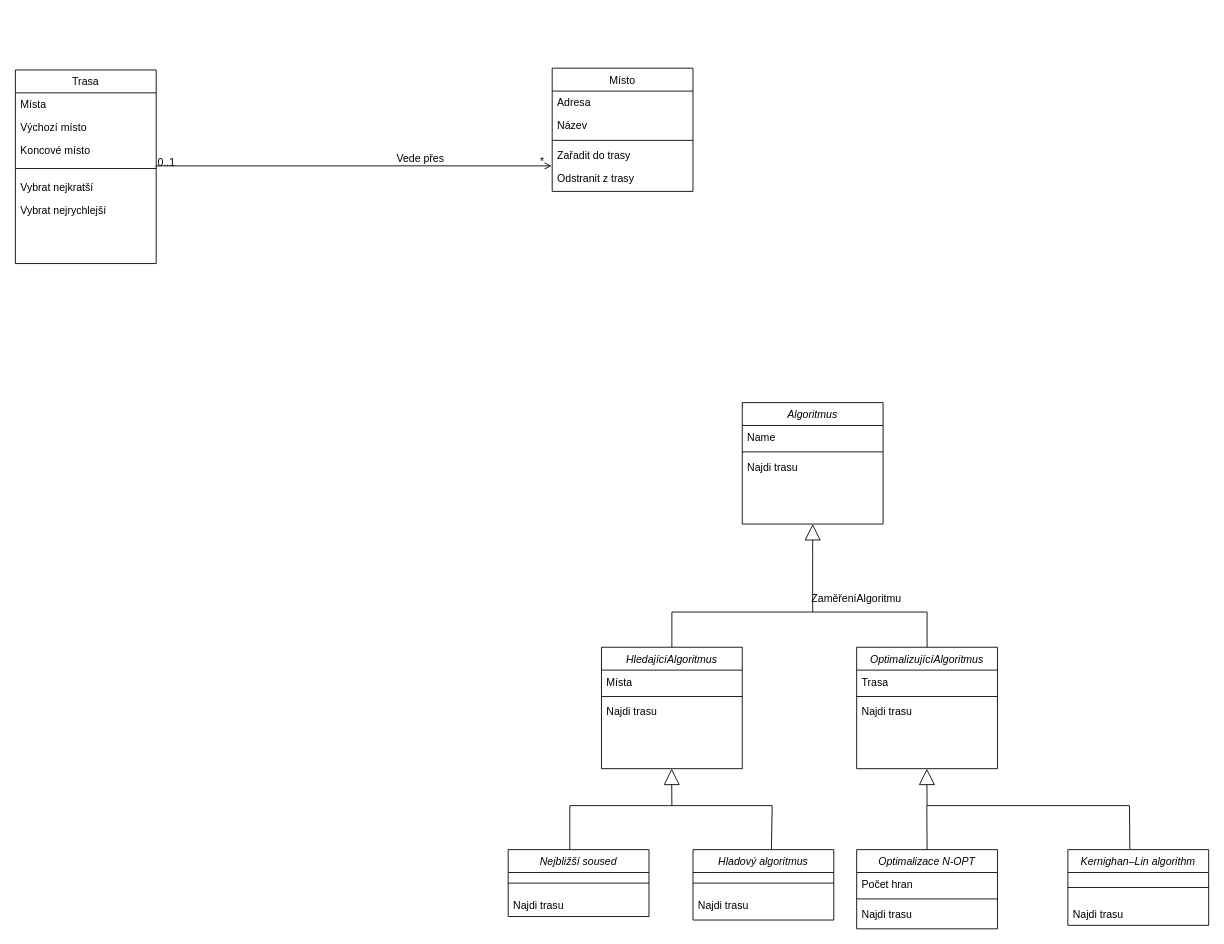
Earlier version of the draw.io diagram ClassDiagram.drawio (KristyFromEarth/UML). Source tidied: cells renumbered, new cells numbered last; positions are measured from the earlier drawing's top-left corner, leaving out a move shared by most shapes. Both pictures are drawn from the tidied source at 88%, with x=0, y=0 at pixel (15, 68).
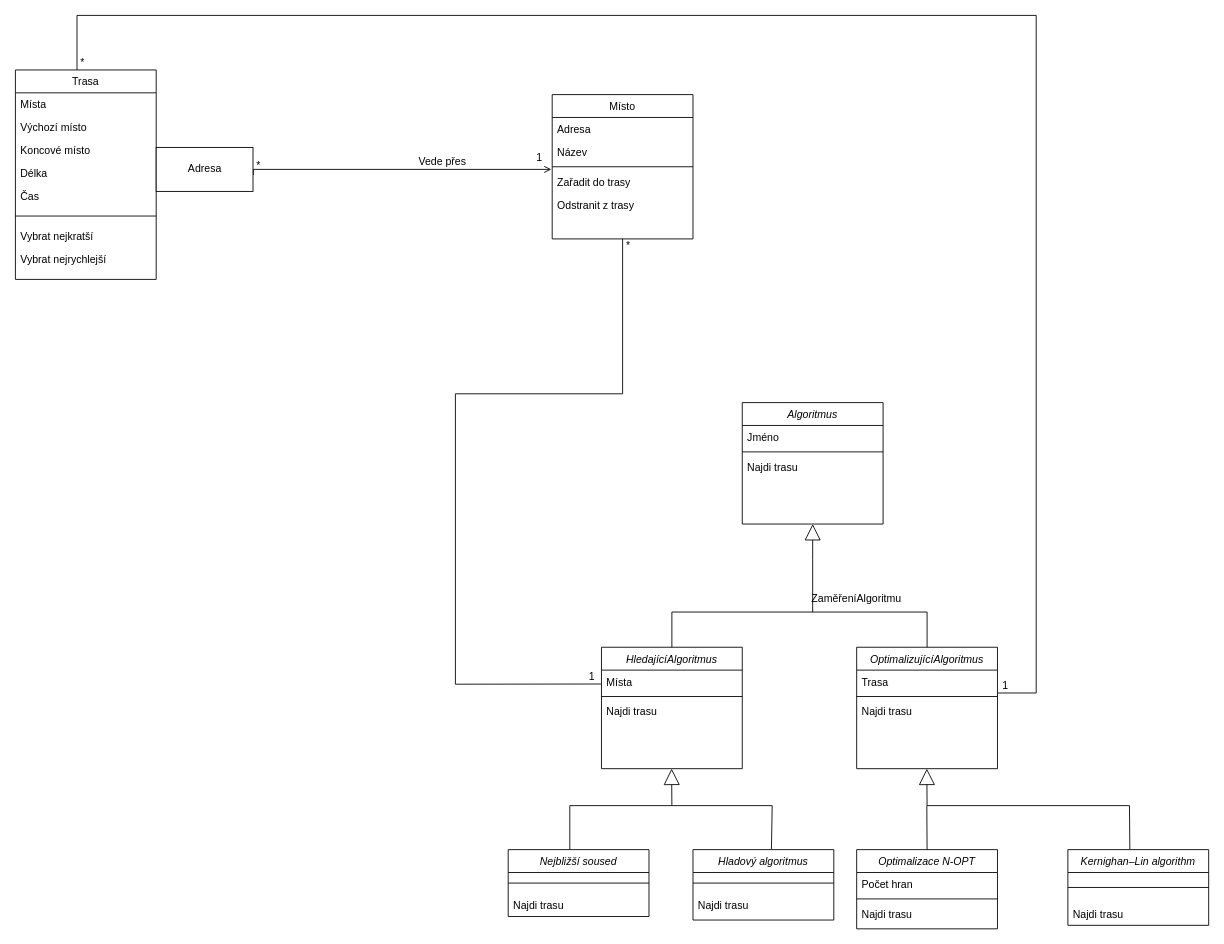
Above is the later version.

Commit message:
Chybi bud agregace nebo kvalifikace vazeb  ClassDiagram.drawio

The change refers to these unchanged cells:
```xml
<mxCell id="2" value="Algoritmus" style="swimlane;fontStyle=2;align=center;verticalAlign=top;horizontal=1;startSize=26;rounded=0;shadow=0;strokeWidth=1;" parent="1" vertex="1">
  <mxGeometry x="826" y="380" width="160" height="138" as="geometry" />
</mxCell>
<mxCell id="10" value="Zařadit do trasy" style="text;align=left;verticalAlign=top;spacingLeft=4;spacingRight=4;overflow=hidden;points=[[0,0.5],[1,0.5]];portConstraint=eastwest;" parent="6" vertex="1">
  <mxGeometry y="86" width="160" height="26" as="geometry" />
</mxCell>
<mxCell id="41" value="Místa" style="text;align=left;verticalAlign=top;spacingLeft=4;spacingRight=4;overflow=hidden;points=[[0,0.5],[1,0.5]];portConstraint=eastwest;" parent="40" vertex="1">
  <mxGeometry y="26" width="160" height="26" as="geometry" />
</mxCell>
<mxCell id="45" value="Trasa" style="text;align=left;verticalAlign=top;spacingLeft=4;spacingRight=4;overflow=hidden;points=[[0,0.5],[1,0.5]];portConstraint=eastwest;" parent="44" vertex="1">
  <mxGeometry y="26" width="160" height="26" as="geometry" />
</mxCell>
```

Change to the diagram source:
```diff
@@
-    <mxCell id="3" value="Name" style="text;align=left;verticalAlign=top;spacingLeft=4;spacingRight=4;overflow=hidden;" parent="2" vertex="1">
+    <mxCell id="3" value="Jméno" style="text;align=left;verticalAlign=top;spacingLeft=4;spacingRight=4;overflow=hidden;" parent="2" vertex="1">
       <mxGeometry y="26" width="160" height="26" as="geometry" />
     </mxCell>
@@
     <mxCell id="6" value="Místo" style="swimlane;fontStyle=0;align=center;verticalAlign=top;horizontal=1;startSize=26;rounded=0;shadow=0;strokeWidth=1;" parent="1" vertex="1">
-      <mxGeometry x="610" width="160" height="140" as="geometry" />
+      <mxGeometry x="610" y="30" width="160" height="164" as="geometry" />
     </mxCell>
@@
     <mxCell id="15" value="Trasa" style="swimlane;fontStyle=0;align=center;verticalAlign=top;horizontal=1;startSize=26;rounded=0;shadow=0;strokeWidth=1;" parent="1" vertex="1">
-      <mxGeometry y="2" width="160" height="220" as="geometry" />
+      <mxGeometry y="2" width="160" height="238" as="geometry" />
     </mxCell>
@@
+    <mxCell id="58" value="Délka" style="text;align=left;verticalAlign=top;spacingLeft=4;spacingRight=4;overflow=hidden;" parent="15" vertex="1">
+      <mxGeometry y="104" width="160" height="26" as="geometry" />
+    </mxCell>
+    <mxCell id="59" value="Čas" style="text;align=left;verticalAlign=top;spacingLeft=4;spacingRight=4;overflow=hidden;" parent="15" vertex="1">
+      <mxGeometry y="130" width="160" height="26" as="geometry" />
+    </mxCell>
     <mxCell id="19" style="line;html=1;strokeWidth=1;align=left;verticalAlign=middle;spacingTop=-1;spacingLeft=3;spacingRight=3;labelPosition=right;" parent="15" vertex="1">
-      <mxGeometry y="104" width="160" height="16" as="geometry" />
+      <mxGeometry y="156" width="160" height="20" as="geometry" />
     </mxCell>
     <mxCell id="20" value="Vybrat nejkratší" style="text;align=left;verticalAlign=top;spacingLeft=4;spacingRight=4;overflow=hidden;" parent="15" vertex="1">
-      <mxGeometry y="120" width="160" height="26" as="geometry" />
+      <mxGeometry y="176" width="160" height="26" as="geometry" />
     </mxCell>
     <mxCell id="21" value="Vybrat nejrychlejší" style="text;align=left;verticalAlign=top;spacingLeft=4;spacingRight=4;overflow=hidden;" parent="15" vertex="1">
-      <mxGeometry y="146" width="160" height="26" as="geometry" />
+      <mxGeometry y="202" width="160" height="26" as="geometry" />
     </mxCell>
-    <mxCell id="22" style="endArrow=open;shadow=0;strokeWidth=1;rounded=0;endFill=1;edgeStyle=elbowEdgeStyle;elbow=vertical;exitX=1;exitY=0.5;exitDx=0;exitDy=0;entryX=-0.004;entryY=0.956;entryDx=0;entryDy=0;entryPerimeter=0;" parent="1" edge="1" source="15" target="10">
+    <mxCell id="22" style="endArrow=open;shadow=0;strokeWidth=1;rounded=0;endFill=1;edgeStyle=elbowEdgeStyle;elbow=vertical;exitX=1.003;exitY=0.627;exitDx=0;exitDy=0;exitPerimeter=0;" parent="1" edge="1" source="60">
       <mxGeometry x="0.5" y="41" relative="1" as="geometry">
+        <mxPoint x="609" y="115" as="targetPoint" />
+        <Array as="points">
+          <mxPoint x="450" y="115" />
+        </Array>
         <mxPoint x="-40" y="32" as="offset" />
       </mxGeometry>
     </mxCell>
-    <mxCell id="23" value="0..1" style="align=left;verticalAlign=bottom;labelBackgroundColor=none;fontSize=12;" parent="22" vertex="1">
+    <mxCell id="23" value="1" style="align=left;verticalAlign=bottom;labelBackgroundColor=none;fontSize=12;" parent="22" vertex="1">
       <mxGeometry x="-1" relative="1" as="geometry">
-        <mxPoint y="4" as="offset" />
+        <mxPoint x="320" y="-11" as="offset" />
       </mxGeometry>
     </mxCell>
     <mxCell id="24" value="*" style="align=right;verticalAlign=bottom;labelBackgroundColor=none;fontSize=12;" parent="22" vertex="1">
       <mxGeometry x="1" relative="1" as="geometry">
-        <mxPoint x="-7" y="4" as="offset" />
+        <mxPoint x="-329" y="4" as="offset" />
       </mxGeometry>
     </mxCell>
@@
+    <mxCell id="60" value="Adresa" style="html=1;" parent="1" vertex="1">
+      <mxGeometry x="160" y="90" width="110" height="50" as="geometry" />
+    </mxCell>
+    <mxCell id="61" style="endArrow=none;html=1;rounded=0;" parent="1" edge="1">
+      <mxGeometry relative="1" as="geometry">
+        <mxPoint x="690" y="370" as="sourcePoint" />
+        <mxPoint x="690" y="194" as="targetPoint" />
+      </mxGeometry>
+    </mxCell>
+    <mxCell id="62" style="endArrow=none;html=1;rounded=0;" parent="1" edge="1">
+      <mxGeometry relative="1" as="geometry">
+        <mxPoint x="500" y="370" as="sourcePoint" />
+        <mxPoint x="690" y="370" as="targetPoint" />
+      </mxGeometry>
+    </mxCell>
+    <mxCell id="63" style="endArrow=none;html=1;rounded=0;" parent="1" edge="1">
+      <mxGeometry relative="1" as="geometry">
+        <mxPoint x="500" y="700" as="sourcePoint" />
+        <mxPoint x="500" y="370" as="targetPoint" />
+      </mxGeometry>
+    </mxCell>
+    <mxCell id="64" style="endArrow=none;html=1;rounded=0;entryX=-0.004;entryY=0.607;entryDx=0;entryDy=0;entryPerimeter=0;" parent="1" edge="1" target="41">
+      <mxGeometry relative="1" as="geometry">
+        <mxPoint x="500" y="700" as="sourcePoint" />
+      </mxGeometry>
+    </mxCell>
+    <mxCell id="65" value="*" style="align=right;verticalAlign=bottom;labelBackgroundColor=none;fontSize=12;" parent="1" vertex="1">
+      <mxGeometry x="700" y="210" as="geometry" />
+    </mxCell>
+    <mxCell id="66" value="1" style="align=left;verticalAlign=bottom;labelBackgroundColor=none;fontSize=12;direction=west;" parent="1" vertex="1">
+      <mxGeometry x="1120" y="710" as="geometry" />
+    </mxCell>
+    <mxCell id="67" style="endArrow=none;html=1;rounded=0;" parent="1" edge="1">
+      <mxGeometry relative="1" as="geometry">
+        <mxPoint x="70" y="2" as="sourcePoint" />
+        <mxPoint x="70" y="-60" as="targetPoint" />
+      </mxGeometry>
+    </mxCell>
+    <mxCell id="68" style="endArrow=none;html=1;rounded=0;" parent="1" edge="1">
+      <mxGeometry relative="1" as="geometry">
+        <mxPoint x="70" y="-60" as="sourcePoint" />
+        <mxPoint x="1160" y="-60" as="targetPoint" />
+      </mxGeometry>
+    </mxCell>
+    <mxCell id="69" style="endArrow=none;html=1;rounded=0;" parent="1" edge="1">
+      <mxGeometry relative="1" as="geometry">
+        <mxPoint x="1160" y="710" as="sourcePoint" />
+        <mxPoint x="1160" y="-60" as="targetPoint" />
+      </mxGeometry>
+    </mxCell>
+    <mxCell id="70" style="endArrow=none;html=1;rounded=0;exitX=1;exitY=1;exitDx=0;exitDy=0;exitPerimeter=0;" parent="1" edge="1" source="45">
+      <mxGeometry relative="1" as="geometry">
+        <mxPoint x="1160" y="710" as="targetPoint" />
+      </mxGeometry>
+    </mxCell>
+    <mxCell id="71" value="1" style="align=left;verticalAlign=bottom;labelBackgroundColor=none;fontSize=12;direction=west;" parent="1" vertex="1">
+      <mxGeometry x="650" y="700" as="geometry" />
+    </mxCell>
+    <mxCell id="72" value="*" style="align=right;verticalAlign=bottom;labelBackgroundColor=none;fontSize=12;" parent="1" vertex="1">
+      <mxGeometry x="80" y="2" as="geometry" />
+    </mxCell>
```
